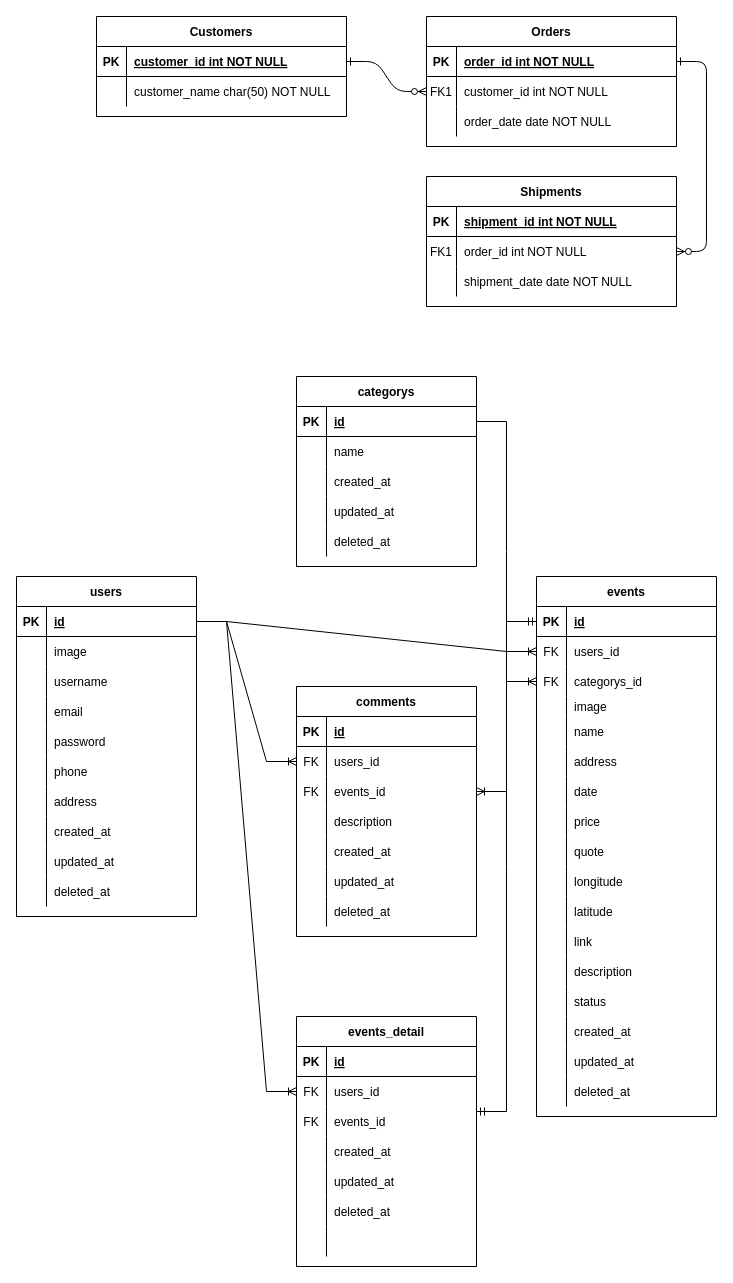
Above: erd-events/ERD-Event-App-Project.drawio in ALTA-BE9-Mulya-Nurdin/BE9-Event-App-Project (draw.io), before the change. Source tidied: cells renumbered, new cells numbered last; positions are measured from the earlier drawing's top-left corner, leaving out a move shared by most shapes. Both pictures are drawn from the tidied source at 100%, with x=0, y=0 at pixel (16, 16).
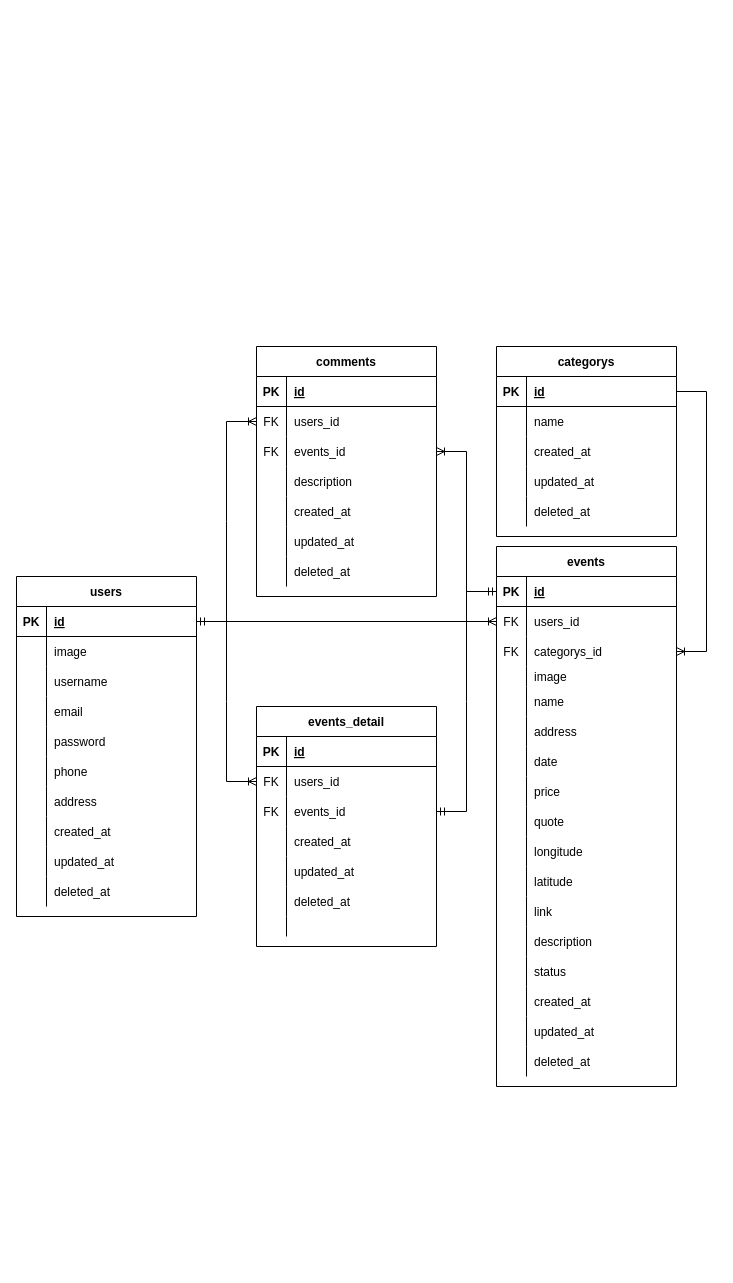
After the change.

The change refers to these unchanged cells:
```xml
<mxCell id="32" style="shape=tableRow;horizontal=0;startSize=0;swimlaneHead=0;swimlaneBody=0;fillColor=none;points=[[0,0.5],[1,0.5]];portConstraint=eastwest;top=0;left=0;right=0;bottom=1;" parent="31" vertex="1">
  <mxGeometry y="30" width="180" height="30" as="geometry" />
</mxCell>
<mxCell id="63" style="shape=tableRow;horizontal=0;startSize=0;swimlaneHead=0;swimlaneBody=0;fillColor=none;points=[[0,0.5],[1,0.5]];portConstraint=eastwest;top=0;left=0;right=0;bottom=1;" parent="62" vertex="1">
  <mxGeometry y="30" width="180" height="30" as="geometry" />
</mxCell>
<mxCell id="69" style="shape=tableRow;horizontal=0;startSize=0;swimlaneHead=0;swimlaneBody=0;fillColor=none;points=[[0,0.5],[1,0.5]];portConstraint=eastwest;top=0;left=0;right=0;bottom=0;" parent="62" vertex="1">
  <mxGeometry y="90" width="180" height="30" as="geometry" />
</mxCell>
<mxCell id="115" style="shape=tableRow;horizontal=0;startSize=0;swimlaneHead=0;swimlaneBody=0;fillColor=none;points=[[0,0.5],[1,0.5]];portConstraint=eastwest;top=0;left=0;right=0;bottom=1;" parent="114" vertex="1">
  <mxGeometry y="30" width="180" height="30" as="geometry" />
</mxCell>
<mxCell id="137" style="shape=tableRow;horizontal=0;startSize=0;swimlaneHead=0;swimlaneBody=0;fillColor=none;points=[[0,0.5],[1,0.5]];portConstraint=eastwest;top=0;left=0;right=0;bottom=0;" parent="130" vertex="1">
  <mxGeometry y="90" width="180" height="30" as="geometry" />
</mxCell>
<mxCell id="156" style="shape=tableRow;horizontal=0;startSize=0;swimlaneHead=0;swimlaneBody=0;fillColor=none;points=[[0,0.5],[1,0.5]];portConstraint=eastwest;top=0;left=0;right=0;bottom=0;" parent="152" vertex="1">
  <mxGeometry y="60" width="180" height="30" as="geometry" />
</mxCell>
```

Change to the diagram source:
```diff
@@
-    <mxCell id="2" style="edgeStyle=entityRelationEdgeStyle;endArrow=ERzeroToMany;startArrow=ERone;endFill=1;startFill=0;" parent="1" edge="1" source="25" target="8">
-      <mxGeometry relative="1" as="geometry" />
-    </mxCell>
-    <mxCell id="3" style="edgeStyle=entityRelationEdgeStyle;endArrow=ERzeroToMany;startArrow=ERone;endFill=1;startFill=0;" parent="1" edge="1" source="5" target="18">
-      <mxGeometry relative="1" as="geometry" />
-    </mxCell>
-    <mxCell id="4" value="Orders" style="shape=table;startSize=30;childLayout=tableLayout;rowLines=0;fontStyle=1;align=center;" parent="1" vertex="1">
-      <mxGeometry x="410" width="250" height="130" as="geometry" />
-    </mxCell>
-    <mxCell id="5" style="shape=partialRectangle;fillColor=none;points=[[0,0.5],[1,0.5]];portConstraint=eastwest;top=0;left=0;right=0;bottom=1;" parent="4" vertex="1">
-      <mxGeometry y="30" width="250" height="30" as="geometry" />
-    </mxCell>
-    <mxCell id="6" value="PK" style="shape=partialRectangle;overflow=hidden;fillColor=none;top=0;left=0;bottom=0;right=0;fontStyle=1;" parent="5" vertex="1">
-      <mxGeometry width="30" height="30" as="geometry" />
-    </mxCell>
-    <mxCell id="7" value="order_id int NOT NULL " style="shape=partialRectangle;overflow=hidden;fillColor=none;top=0;left=0;bottom=0;right=0;align=left;spacingLeft=6;fontStyle=5;" parent="5" vertex="1">
-      <mxGeometry x="30" width="220" height="30" as="geometry" />
-    </mxCell>
-    <mxCell id="8" style="shape=partialRectangle;fillColor=none;points=[[0,0.5],[1,0.5]];portConstraint=eastwest;top=0;left=0;right=0;bottom=0;" parent="4" vertex="1">
-      <mxGeometry y="60" width="250" height="30" as="geometry" />
-    </mxCell>
-    <mxCell id="9" value="FK1" style="shape=partialRectangle;overflow=hidden;fillColor=none;top=0;left=0;bottom=0;right=0;" parent="8" vertex="1">
-      <mxGeometry width="30" height="30" as="geometry" />
-    </mxCell>
-    <mxCell id="10" value="customer_id int NOT NULL" style="shape=partialRectangle;overflow=hidden;fillColor=none;top=0;left=0;bottom=0;right=0;align=left;spacingLeft=6;" parent="8" vertex="1">
-      <mxGeometry x="30" width="220" height="30" as="geometry" />
-    </mxCell>
-    <mxCell id="11" style="shape=partialRectangle;fillColor=none;top=0;left=0;right=0;bottom=0;" parent="4" vertex="1">
-      <mxGeometry y="90" width="250" height="30" as="geometry" />
-    </mxCell>
-    <mxCell id="12" style="shape=partialRectangle;overflow=hidden;fillColor=none;top=0;left=0;bottom=0;right=0;" parent="11" vertex="1">
-      <mxGeometry width="30" height="30" as="geometry" />
-    </mxCell>
-    <mxCell id="13" value="order_date date NOT NULL" style="shape=partialRectangle;overflow=hidden;fillColor=none;top=0;left=0;bottom=0;right=0;align=left;spacingLeft=6;" parent="11" vertex="1">
-      <mxGeometry x="30" width="220" height="30" as="geometry" />
-    </mxCell>
-    <mxCell id="14" value="Shipments" style="shape=table;startSize=30;childLayout=tableLayout;rowLines=0;fontStyle=1;align=center;" parent="1" vertex="1">
-      <mxGeometry x="410" y="160" width="250" height="130" as="geometry" />
-    </mxCell>
-    <mxCell id="15" style="shape=partialRectangle;fillColor=none;top=0;left=0;right=0;bottom=1;" parent="14" vertex="1">
-      <mxGeometry y="30" width="250" height="30" as="geometry" />
-    </mxCell>
-    <mxCell id="16" value="PK" style="shape=partialRectangle;overflow=hidden;fillColor=none;top=0;left=0;bottom=0;right=0;fontStyle=1;" parent="15" vertex="1">
-      <mxGeometry width="30" height="30" as="geometry" />
-    </mxCell>
-    <mxCell id="17" value="shipment_id int NOT NULL " style="shape=partialRectangle;overflow=hidden;fillColor=none;top=0;left=0;bottom=0;right=0;align=left;spacingLeft=6;fontStyle=5;" parent="15" vertex="1">
-      <mxGeometry x="30" width="220" height="30" as="geometry" />
-    </mxCell>
-    <mxCell id="18" style="shape=partialRectangle;fillColor=none;points=[[0,0.5],[1,0.5]];portConstraint=eastwest;top=0;left=0;right=0;bottom=0;" parent="14" vertex="1">
-      <mxGeometry y="60" width="250" height="30" as="geometry" />
-    </mxCell>
-    <mxCell id="19" value="FK1" style="shape=partialRectangle;overflow=hidden;fillColor=none;top=0;left=0;bottom=0;right=0;" parent="18" vertex="1">
-      <mxGeometry width="30" height="30" as="geometry" />
-    </mxCell>
-    <mxCell id="20" value="order_id int NOT NULL" style="shape=partialRectangle;overflow=hidden;fillColor=none;top=0;left=0;bottom=0;right=0;align=left;spacingLeft=6;" parent="18" vertex="1">
-      <mxGeometry x="30" width="220" height="30" as="geometry" />
-    </mxCell>
-    <mxCell id="21" style="shape=partialRectangle;fillColor=none;top=0;left=0;right=0;bottom=0;" parent="14" vertex="1">
-      <mxGeometry y="90" width="250" height="30" as="geometry" />
-    </mxCell>
-    <mxCell id="22" style="shape=partialRectangle;overflow=hidden;fillColor=none;top=0;left=0;bottom=0;right=0;" parent="21" vertex="1">
-      <mxGeometry width="30" height="30" as="geometry" />
-    </mxCell>
-    <mxCell id="23" value="shipment_date date NOT NULL" style="shape=partialRectangle;overflow=hidden;fillColor=none;top=0;left=0;bottom=0;right=0;align=left;spacingLeft=6;" parent="21" vertex="1">
-      <mxGeometry x="30" width="220" height="30" as="geometry" />
-    </mxCell>
-    <mxCell id="24" value="Customers" style="shape=table;startSize=30;childLayout=tableLayout;rowLines=0;fontStyle=1;align=center;" parent="1" vertex="1">
-      <mxGeometry x="80" width="250" height="100" as="geometry" />
-    </mxCell>
-    <mxCell id="25" style="shape=partialRectangle;fillColor=none;points=[[0,0.5],[1,0.5]];portConstraint=eastwest;top=0;left=0;right=0;bottom=1;" parent="24" vertex="1">
-      <mxGeometry y="30" width="250" height="30" as="geometry" />
-    </mxCell>
-    <mxCell id="26" value="PK" style="shape=partialRectangle;overflow=hidden;fillColor=none;top=0;left=0;bottom=0;right=0;fontStyle=1;" parent="25" vertex="1">
-      <mxGeometry width="30" height="30" as="geometry" />
-    </mxCell>
-    <mxCell id="27" value="customer_id int NOT NULL " style="shape=partialRectangle;overflow=hidden;fillColor=none;top=0;left=0;bottom=0;right=0;align=left;spacingLeft=6;fontStyle=5;" parent="25" vertex="1">
-      <mxGeometry x="30" width="220" height="30" as="geometry" />
-    </mxCell>
-    <mxCell id="28" style="shape=partialRectangle;fillColor=none;top=0;left=0;right=0;bottom=0;" parent="24" vertex="1">
-      <mxGeometry y="60" width="250" height="30" as="geometry" />
-    </mxCell>
-    <mxCell id="29" style="shape=partialRectangle;overflow=hidden;fillColor=none;top=0;left=0;bottom=0;right=0;" parent="28" vertex="1">
-      <mxGeometry width="30" height="30" as="geometry" />
-    </mxCell>
-    <mxCell id="30" value="customer_name char(50) NOT NULL" style="shape=partialRectangle;overflow=hidden;fillColor=none;top=0;left=0;bottom=0;right=0;align=left;spacingLeft=6;" parent="28" vertex="1">
-      <mxGeometry x="30" width="220" height="30" as="geometry" />
-    </mxCell>
@@
     <mxCell id="62" value="events" style="shape=table;startSize=30;childLayout=tableLayout;rowLines=0;fontStyle=1;align=center;" parent="1" vertex="1">
-      <mxGeometry x="520" y="560" width="180" height="540" as="geometry" />
+      <mxGeometry x="480" y="530" width="180" height="540" as="geometry" />
     </mxCell>
@@
     <mxCell id="114" value="categorys" style="shape=table;startSize=30;childLayout=tableLayout;rowLines=0;fontStyle=1;align=center;" parent="1" vertex="1">
-      <mxGeometry x="280" y="360" width="180" height="190" as="geometry" />
+      <mxGeometry x="480" y="330" width="180" height="190" as="geometry" />
     </mxCell>
@@
     <mxCell id="130" value="events_detail" style="shape=table;startSize=30;childLayout=tableLayout;rowLines=0;fontStyle=1;align=center;" parent="1" vertex="1">
-      <mxGeometry x="280" y="1000" width="180" height="250" as="geometry" />
+      <mxGeometry x="240" y="690" width="180" height="240" as="geometry" />
     </mxCell>
@@
     <mxCell id="149" style="shape=tableRow;horizontal=0;startSize=0;swimlaneHead=0;swimlaneBody=0;fillColor=none;top=0;left=0;right=0;bottom=0;" parent="130" vertex="1">
-      <mxGeometry y="210" width="180" height="30" as="geometry" />
+      <mxGeometry y="210" width="180" height="20" as="geometry" />
     </mxCell>
     <mxCell id="150" style="shape=partialRectangle;fillColor=none;top=0;left=0;bottom=0;right=0;overflow=hidden;" parent="149" vertex="1">
-      <mxGeometry width="30" height="30" as="geometry" />
+      <mxGeometry width="30" height="20" as="geometry" />
     </mxCell>
     <mxCell id="151" style="shape=partialRectangle;fillColor=none;top=0;left=0;bottom=0;right=0;align=left;spacingLeft=6;overflow=hidden;" parent="149" vertex="1">
-      <mxGeometry x="30" width="150" height="30" as="geometry" />
+      <mxGeometry x="30" width="150" height="20" as="geometry" />
     </mxCell>
     <mxCell id="152" value="comments" style="shape=table;startSize=30;childLayout=tableLayout;rowLines=0;fontStyle=1;align=center;" parent="1" vertex="1">
-      <mxGeometry x="280" y="670" width="180" height="250" as="geometry" />
+      <mxGeometry x="240" y="330" width="180" height="250" as="geometry" />
     </mxCell>
@@
-    <mxCell id="174" style="edgeStyle=entityRelationEdgeStyle;fontSize=12;html=1;endArrow=ERoneToMany;rounded=0;exitX=1;exitY=0.5;exitDx=0;exitDy=0;entryX=0;entryY=0.5;entryDx=0;entryDy=0;" parent="1" edge="1" source="32" target="156">
-      <mxGeometry relative="1" as="geometry" />
-    </mxCell>
@@
-    <mxCell id="177" style="edgeStyle=entityRelationEdgeStyle;fontSize=12;html=1;endArrow=ERoneToMany;rounded=0;exitX=1;exitY=0.5;exitDx=0;exitDy=0;entryX=0;entryY=0.5;entryDx=0;entryDy=0;" parent="1" edge="1" source="115" target="69">
+    <mxCell id="177" style="edgeStyle=entityRelationEdgeStyle;fontSize=12;html=1;endArrow=ERoneToMany;rounded=0;exitX=1;exitY=0.5;exitDx=0;exitDy=0;entryX=1;entryY=0.5;entryDx=0;entryDy=0;" parent="1" edge="1" source="115" target="69">
       <mxGeometry relative="1" as="geometry" />
     </mxCell>
@@
-    <mxCell id="179" style="edgeStyle=entityRelationEdgeStyle;fontSize=12;html=1;endArrow=ERmandOne;startArrow=ERmandOne;rounded=0;entryX=0;entryY=0.5;entryDx=0;entryDy=0;" parent="1" edge="1" target="63">
-      <mxGeometry relative="1" as="geometry">
-        <mxPoint x="460" y="1095" as="sourcePoint" />
-      </mxGeometry>
-    </mxCell>
+    <mxCell id="174" style="edgeStyle=entityRelationEdgeStyle;fontSize=12;html=1;endArrow=ERoneToMany;startArrow=ERmandOne;rounded=0;exitX=1;exitY=0.5;exitDx=0;exitDy=0;entryX=0;entryY=0.5;entryDx=0;entryDy=0;" parent="1" edge="1" source="32" target="156">
+      <mxGeometry relative="1" as="geometry" />
+    </mxCell>
+    <mxCell id="180" style="edgeStyle=entityRelationEdgeStyle;fontSize=12;html=1;endArrow=ERmandOne;startArrow=ERmandOne;rounded=0;entryX=0;entryY=0.5;entryDx=0;entryDy=0;exitX=1;exitY=0.5;exitDx=0;exitDy=0;" parent="1" edge="1" source="137" target="63">
+      <mxGeometry relative="1" as="geometry" />
+    </mxCell>
```
